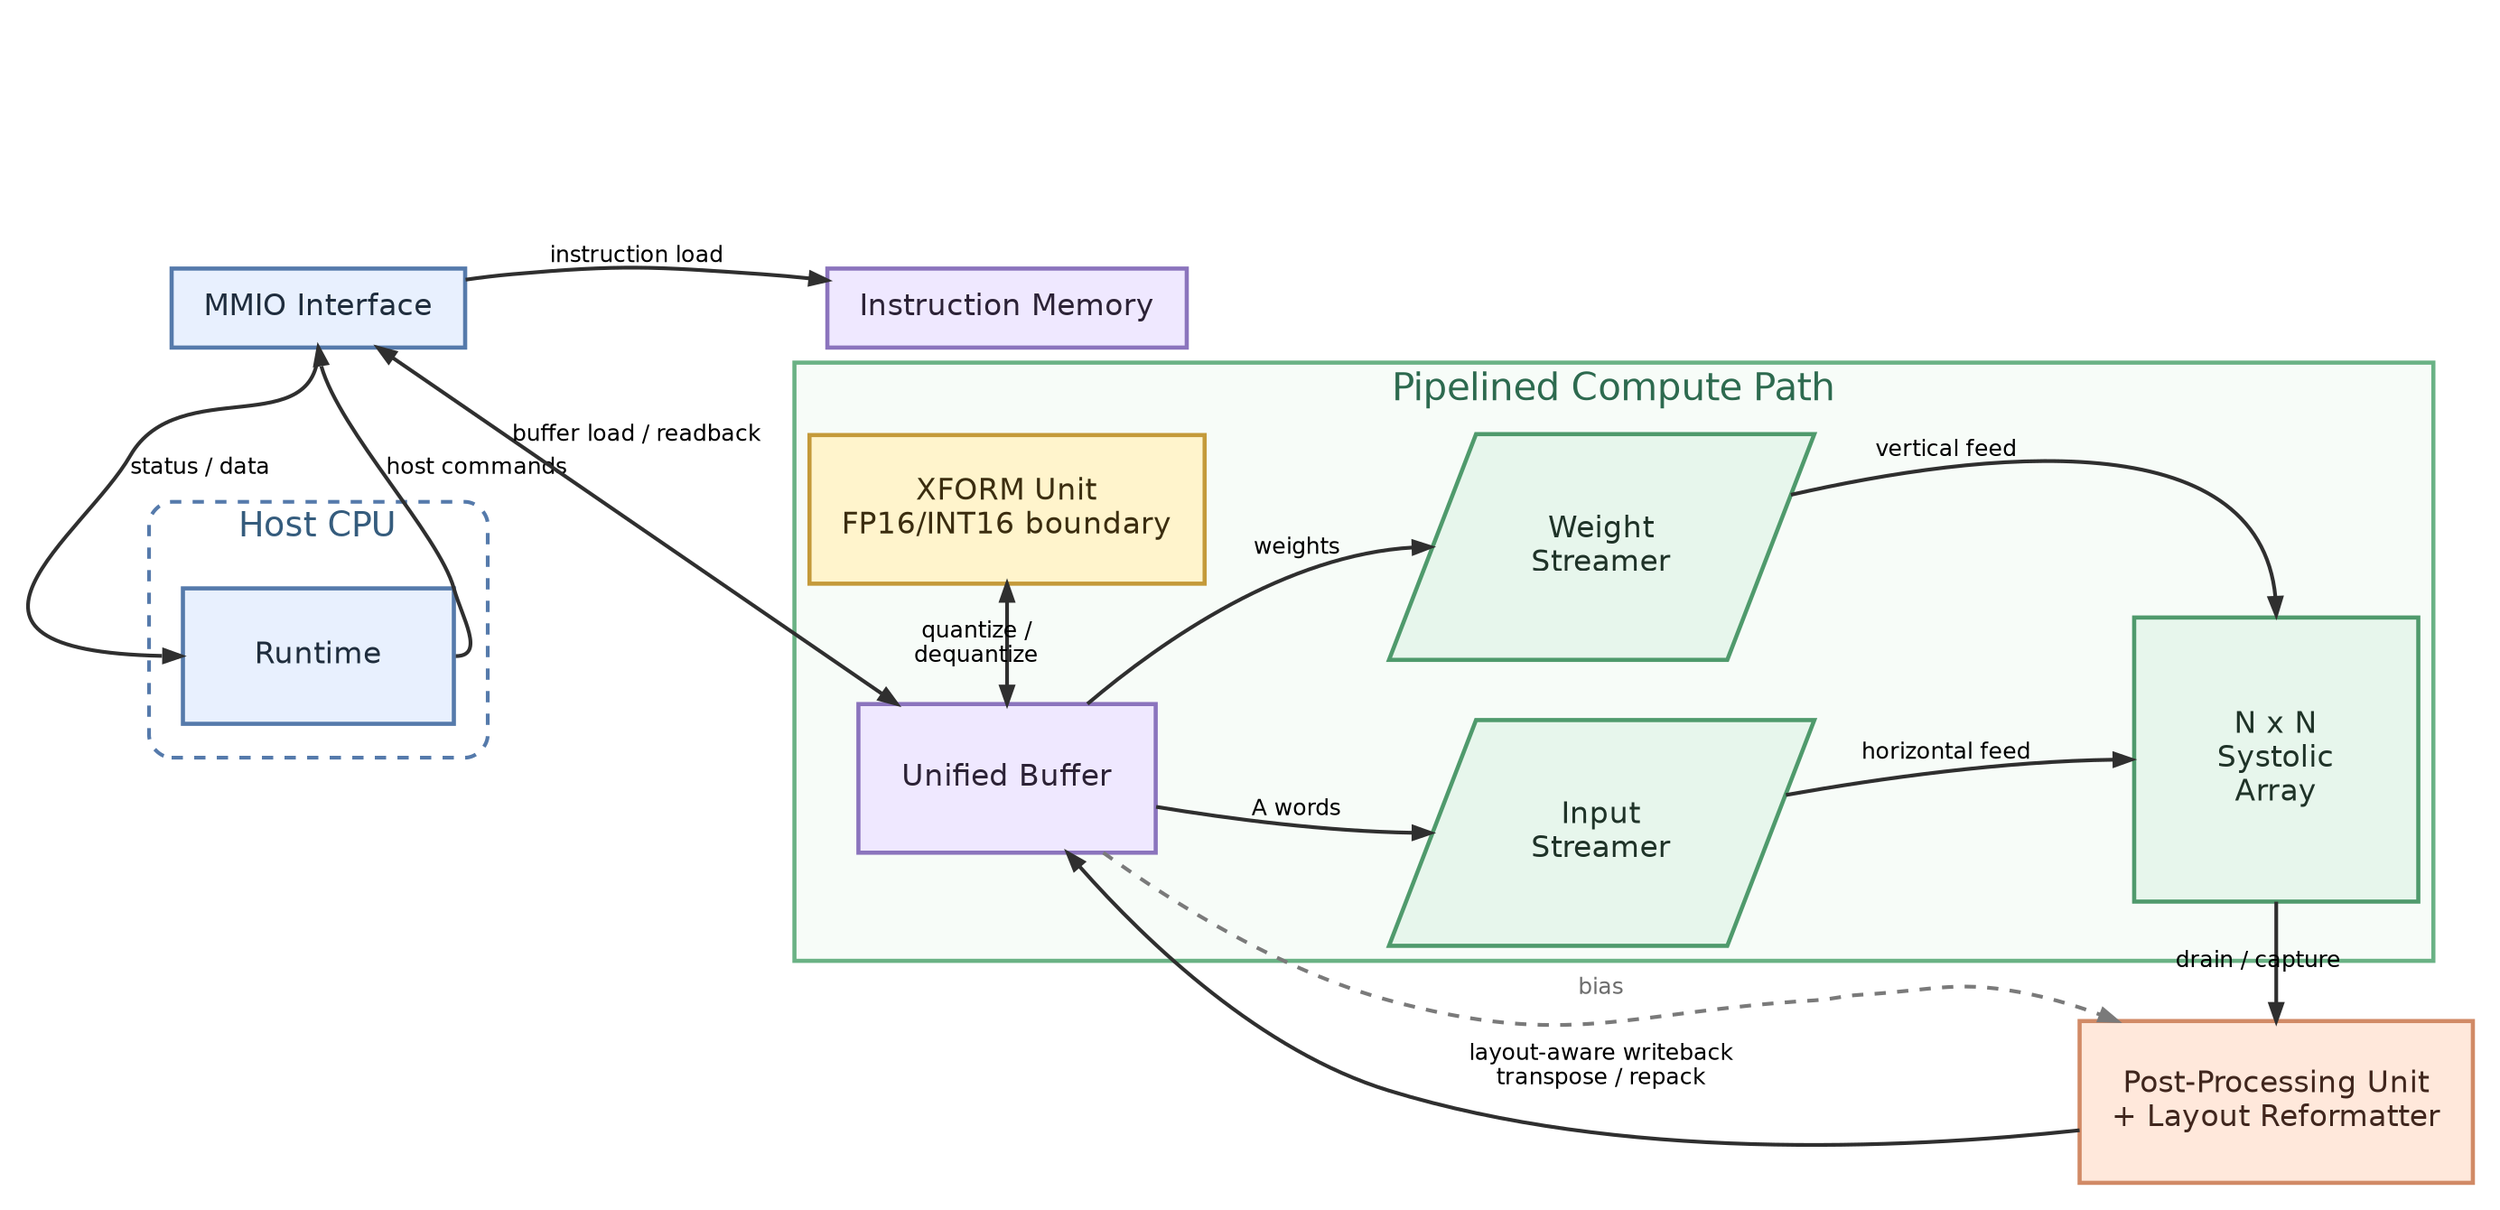
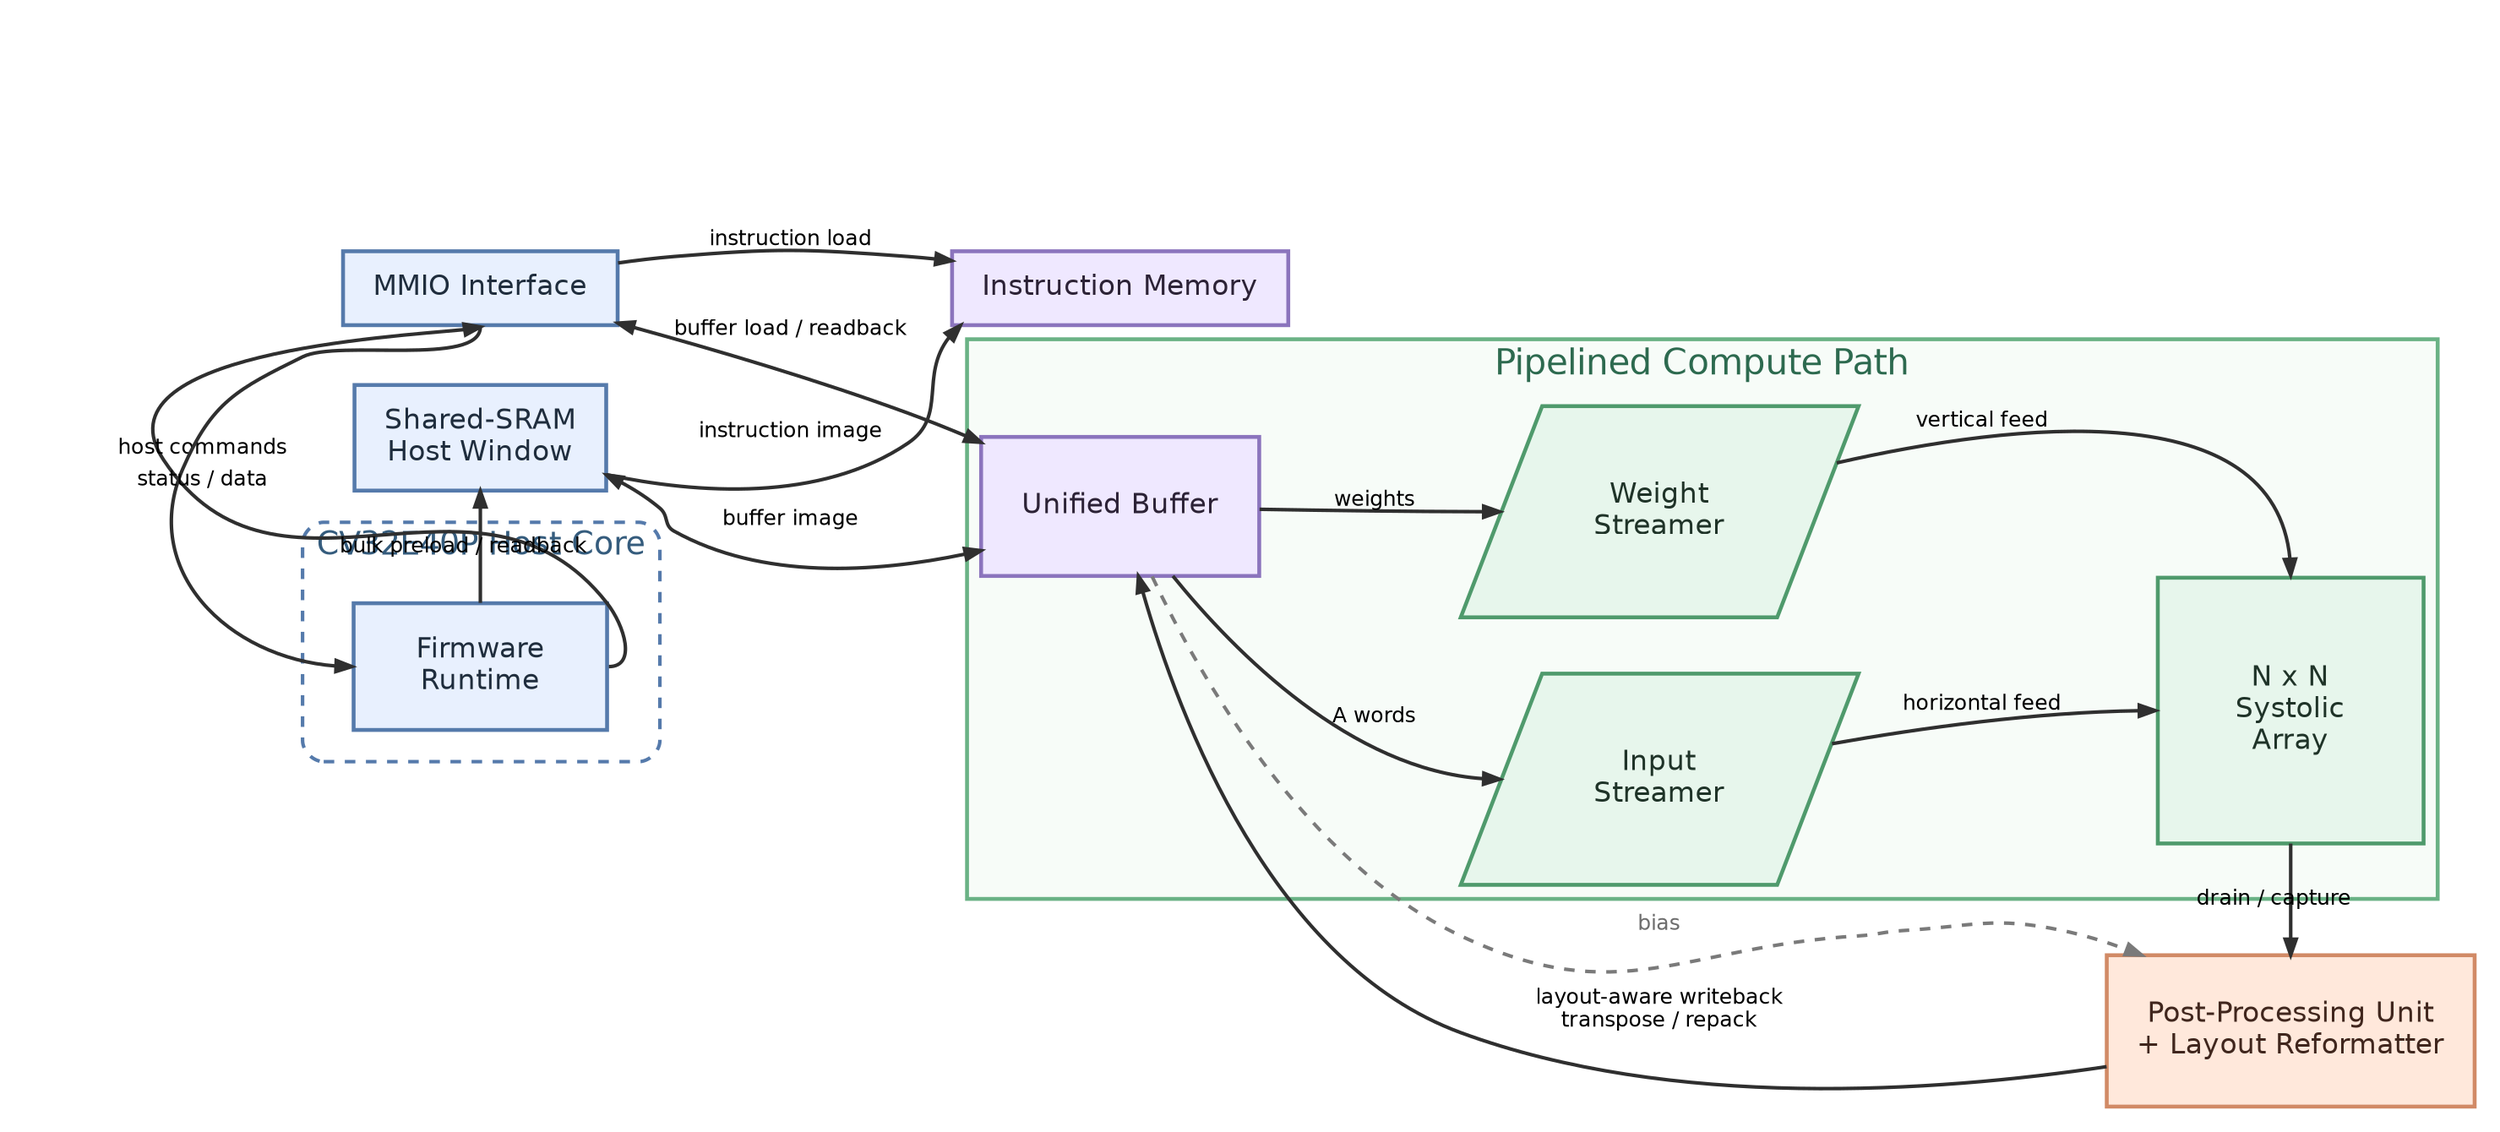
digraph TinyNPUArchitecture {
    graph [
        rankdir=LR,
        newrank=true,
        splines=true,
        pad=0.2,
        nodesep=0.45,
        ranksep=0.7,
        bgcolor="white",
        fontname="Helvetica",
        fontsize=20
    ];

    node [
        shape=box,
        style="filled",
        fontname="Helvetica",
        fontsize=16,
        penwidth=2.2,
        margin="0.24,0.16"
    ];

    edge [
        fontname="Helvetica",
        fontsize=12,
        color="#2f2f2f",
        penwidth=2.0,
        arrowsize=0.9,
        labeldistance=2.0
    ];

    subgraph cluster_hostcpu {
-         label="Host CPU";
+         label="CV32E40P Host Core";
        color="#557aab";
        penwidth=2.0;
        style="rounded,dashed";
        fillcolor="white";
        fontcolor="#355c7d";
        fontsize=18;
        margin="18,30";

-         Runtime [label="Runtime", fillcolor="#e8f0fe", color="#557aab", fontcolor="#1f2d3d", width=2.0, height=1.0];
+         Runtime [label="Firmware\nRuntime", fillcolor="#e8f0fe", color="#557aab", fontcolor="#1f2d3d", width=2.0, height=1.0];
    }
    MMIO [label="MMIO Interface", fillcolor="#e8f0fe", color="#557aab", fontcolor="#1f2d3d"];
+     Shared [label="Shared-SRAM\nHost Window", fillcolor="#e8f0fe", color="#557aab", fontcolor="#1f2d3d"];
    IM [label="Instruction Memory", fillcolor="#efe8ff", color="#8b74bd", fontcolor="#2c2236"];
    RuntimeMMIOSpacer [label="", shape=point, width=0.18, height=0.01, style=invis];

    subgraph cluster_pipeline {
        label="Pipelined Compute Path";
        color="#6ab285";
        penwidth=2.2;
        style="filled";
        fillcolor="#f7fcf8";
        fontcolor="#2d6a4f";
        fontsize=20;

        UB [label="Unified Buffer", fillcolor="#efe8ff", color="#8b74bd", fontcolor="#2c2236", width=2.2, height=1.1];
-         XFORM [label="XFORM Unit\nFP16/INT16 boundary", fillcolor="#fff4cc", color="#c49a3a", fontcolor="#3b2d0f", width=2.4, height=1.1];
        InStream [label="Input\nStreamer", shape=parallelogram, skew=0.4, fillcolor="#e7f6ec", color="#4f9a6c", fontcolor="#1f3328", width=2.0, height=1.1];
        WtStream [label="Weight\nStreamer", shape=parallelogram, skew=0.4, fillcolor="#e7f6ec", color="#4f9a6c", fontcolor="#1f3328", width=2.0, height=1.1];
        SA [label="N x N\nSystolic\nArray", shape=box, width=2.1, height=2.1, fixedsize=true, fillcolor="#e7f6ec", color="#4f9a6c", fontcolor="#1f3328"];

-         UB -> XFORM [dir=both, label="quantize /\ndequantize"];
        UB -> InStream:w [label="A words"];
        UB -> WtStream:w [label="weights"];
        InStream -> SA:w [label="horizontal feed"];
        WtStream -> SA:n [label="vertical feed"];
    }

    PPU [label="Post-Processing Unit\n+ Layout Reformatter", fillcolor="#ffe8db", color="#d18a66", fontcolor="#40261d", width=2.6, height=1.2];

    { rank=min; Runtime; }
-     { rank=same; Runtime; RuntimeMMIOSpacer; MMIO; }
-     { rank=same; IM; UB; XFORM; }
+     { rank=same; Runtime; RuntimeMMIOSpacer; MMIO; Shared; }
+     { rank=same; IM; UB; }
    { rank=same; SA; PPU; }

    Runtime:e -> MMIO:s [minlen=2, label="host commands"];
    MMIO:s -> Runtime:w [minlen=2, label="status / data"];
    MMIO -> IM [label="instruction load"];
    MMIO -> UB [dir=both, label="buffer load / readback"];
+     Runtime -> Shared [label="bulk preload / readback"];
+     Shared -> IM [label="instruction image"];
+     Shared -> UB [dir=both, label="buffer image"];
    SA -> PPU [label="drain / capture", minlen=1];
    UB -> PPU [constraint=false, style=dashed, label="bias", fontcolor="#6e6e6e", color="#7a7a7a"];
    PPU -> UB [constraint=false, label="layout-aware writeback\ntranspose / repack"];

    Runtime -> RuntimeMMIOSpacer [style=invis, minlen=2];
    RuntimeMMIOSpacer -> MMIO [style=invis, minlen=2];
    MMIO -> IM [style=invis, weight=40];
    IM -> UB [style=invis, weight=20];
}
